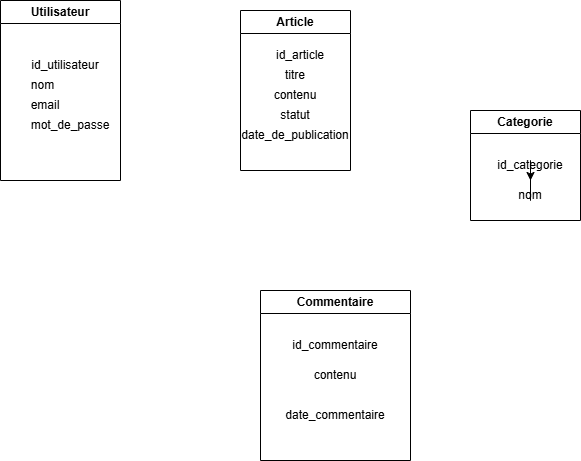
Before: MCD.png, a diagram exported from draw.io (Guilyane/DWWM-blog). Source tidied: cells renumbered, new cells last; positions are measured from the earlier drawing's top-left corner, leaving out a move shared by most shapes.
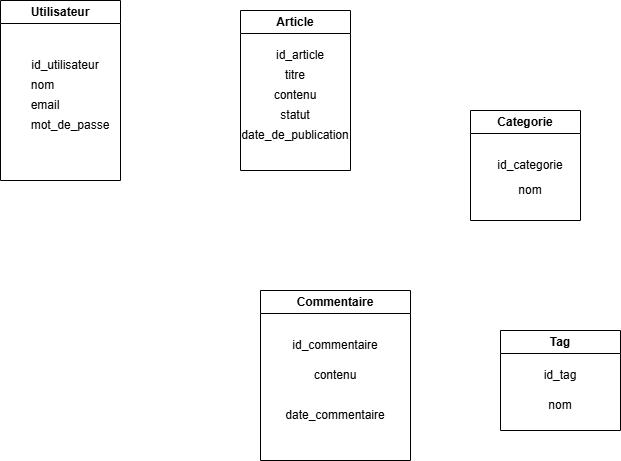
Later version of the same file.

Change to the diagram source:
```diff
@@ -51,13 +51,19 @@
       <mxGeometry x="470" y="110" width="110" height="110" as="geometry" />
     </mxCell>
     <mxCell id="18" value="nom" style="text;html=1;whiteSpace=wrap;strokeColor=none;fillColor=none;align=center;verticalAlign=middle;rounded=0;" parent="17" vertex="1">
-      <mxGeometry x="30" y="70" width="60" height="30" as="geometry" />
+      <mxGeometry x="30" y="70" width="60" height="20" as="geometry" />
     </mxCell>
     <mxCell id="19" value="id_categorie" style="text;html=1;whiteSpace=wrap;strokeColor=none;fillColor=none;align=center;verticalAlign=middle;rounded=0;" parent="17" vertex="1">
       <mxGeometry x="30" y="40" width="60" height="30" as="geometry" />
     </mxCell>
-    <mxCell id="20" style="edgeStyle=orthogonalEdgeStyle;rounded=0;jettySize=auto;html=1;" parent="17" edge="1" source="19" target="18">
-      <mxGeometry relative="1" as="geometry" />
-    </mxCell>
+    <mxCell id="21" value="Tag" style="swimlane;whiteSpace=wrap;html=1;" parent="1" vertex="1">
+      <mxGeometry x="500" y="330" width="120" height="100" as="geometry" />
+    </mxCell>
+    <mxCell id="22" value="id_tag" style="text;html=1;whiteSpace=wrap;strokeColor=none;fillColor=none;align=center;verticalAlign=middle;rounded=0;" parent="21" vertex="1">
+      <mxGeometry x="30" y="30" width="60" height="30" as="geometry" />
+    </mxCell>
+    <mxCell id="23" value="nom" style="text;html=1;whiteSpace=wrap;strokeColor=none;fillColor=none;align=center;verticalAlign=middle;rounded=0;" parent="21" vertex="1">
+      <mxGeometry x="30" y="60" width="60" height="30" as="geometry" />
+    </mxCell>
   </root>
 </mxGraphModel>
```
